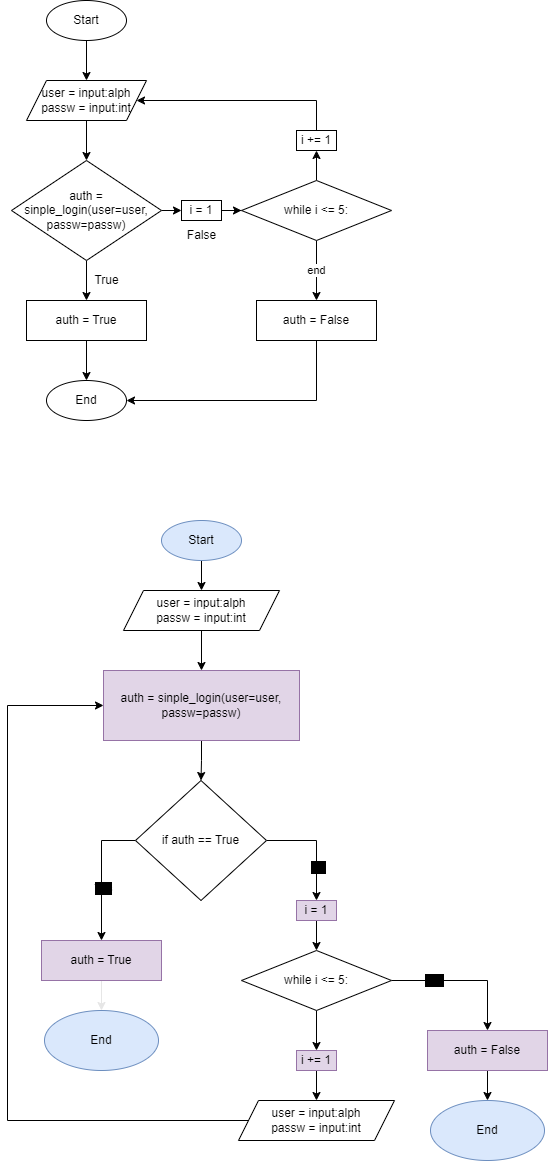
Verlonskg/Project_1 keeps this draw.io diagram as Project_001_Floch01.drawio.png. Above is the earlier version. Source tidied: cells renumbered, new cells last; positions are measured from the earlier drawing's top-left corner, leaving out a move shared by most shapes.
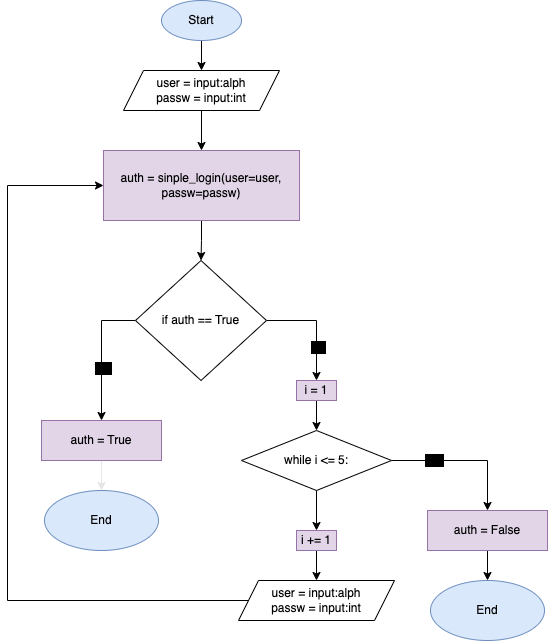
Above is the later version.

What changed in the source:
```diff
@@ -2,82 +2,6 @@
   <root>
     <mxCell id="0" />
     <mxCell id="1" parent="0" />
-    <mxCell id="2" style="edgeStyle=orthogonalEdgeStyle;rounded=0;jettySize=auto;html=1;" parent="1" edge="1" source="3">
-      <mxGeometry relative="1" as="geometry">
-        <mxPoint x="79" y="80" as="targetPoint" />
-      </mxGeometry>
-    </mxCell>
-    <mxCell id="3" value="Start" style="ellipse;whiteSpace=wrap;html=1;" parent="1" vertex="1">
-      <mxGeometry x="39" width="80" height="40" as="geometry" />
-    </mxCell>
-    <mxCell id="4" style="edgeStyle=orthogonalEdgeStyle;rounded=0;orthogonalLoop=1;jettySize=auto;html=1;exitX=0.5;exitY=1;exitDx=0;exitDy=0;entryX=0.5;entryY=0;entryDx=0;entryDy=0;" parent="1" edge="1">
-      <mxGeometry relative="1" as="geometry">
-        <mxPoint x="79" y="120" as="sourcePoint" />
-        <mxPoint x="79" y="160" as="targetPoint" />
-      </mxGeometry>
-    </mxCell>
-    <mxCell id="5" style="edgeStyle=orthogonalEdgeStyle;rounded=0;jettySize=auto;html=1;startArrow=none;" parent="1" edge="1" source="20" target="11">
-      <mxGeometry relative="1" as="geometry" />
-    </mxCell>
-    <mxCell id="6" style="edgeStyle=orthogonalEdgeStyle;rounded=0;jettySize=auto;html=1;" parent="1" edge="1" source="8" target="15">
-      <mxGeometry relative="1" as="geometry" />
-    </mxCell>
-    <mxCell id="7" style="edgeStyle=orthogonalEdgeStyle;rounded=0;jettySize=auto;html=1;exitX=1;exitY=0.5;exitDx=0;exitDy=0;entryX=0;entryY=0.5;entryDx=0;entryDy=0;" parent="1" edge="1" source="8" target="20">
-      <mxGeometry relative="1" as="geometry" />
-    </mxCell>
-    <mxCell id="8" value="&lt;div style=&quot;&quot;&gt;auth = sinple_login(user=user, passw=passw)&lt;br&gt;&lt;/div&gt;" style="rhombus;whiteSpace=wrap;html=1;" parent="1" vertex="1">
-      <mxGeometry x="4" y="160" width="150" height="100" as="geometry" />
-    </mxCell>
-    <mxCell id="9" value="end" style="edgeStyle=orthogonalEdgeStyle;rounded=0;jettySize=auto;html=1;" parent="1" edge="1" source="11" target="19">
-      <mxGeometry relative="1" as="geometry" />
-    </mxCell>
-    <mxCell id="10" style="edgeStyle=orthogonalEdgeStyle;rounded=0;jettySize=auto;html=1;entryX=0.5;entryY=1;entryDx=0;entryDy=0;" parent="1" edge="1" source="11" target="22">
-      <mxGeometry relative="1" as="geometry" />
-    </mxCell>
-    <mxCell id="11" value="&lt;div style=&quot;&quot;&gt;&lt;br&gt;&lt;/div&gt;&lt;div style=&quot;&quot;&gt;while i &amp;lt;= 5:&lt;/div&gt;&lt;div style=&quot;&quot;&gt;&lt;br&gt;&lt;/div&gt;" style="rhombus;whiteSpace=wrap;html=1;" parent="1" vertex="1">
-      <mxGeometry x="234" y="180" width="150" height="60" as="geometry" />
-    </mxCell>
-    <mxCell id="12" value="False" style="text;html=1;align=center;verticalAlign=middle;strokeColor=none;fillColor=none;" parent="1" vertex="1">
-      <mxGeometry x="169" y="220" width="50" height="30" as="geometry" />
-    </mxCell>
-    <mxCell id="13" value="user = input:alph&lt;br&gt;passw = input:int" style="shape=parallelogram;perimeter=parallelogramPerimeter;whiteSpace=wrap;html=1;fixedSize=1;" parent="1" vertex="1">
-      <mxGeometry x="19" y="80" width="120" height="40" as="geometry" />
-    </mxCell>
-    <mxCell id="14" style="edgeStyle=orthogonalEdgeStyle;rounded=0;jettySize=auto;html=1;" parent="1" edge="1" source="15" target="16">
-      <mxGeometry relative="1" as="geometry" />
-    </mxCell>
-    <mxCell id="15" value="auth = True" style="whiteSpace=wrap;html=1;" parent="1" vertex="1">
-      <mxGeometry x="19" y="300" width="120" height="40" as="geometry" />
-    </mxCell>
-    <mxCell id="16" value="End" style="ellipse;whiteSpace=wrap;html=1;" parent="1" vertex="1">
-      <mxGeometry x="39" y="380" width="80" height="40" as="geometry" />
-    </mxCell>
-    <mxCell id="17" value="True" style="text;html=1;align=center;verticalAlign=middle;strokeColor=none;fillColor=none;" parent="1" vertex="1">
-      <mxGeometry x="74" y="265" width="50" height="30" as="geometry" />
-    </mxCell>
-    <mxCell id="18" style="edgeStyle=orthogonalEdgeStyle;rounded=0;jettySize=auto;html=1;entryX=1;entryY=0.5;entryDx=0;entryDy=0;" parent="1" edge="1" source="19" target="16">
-      <mxGeometry relative="1" as="geometry">
-        <Array as="points">
-          <mxPoint x="309" y="400" />
-        </Array>
-      </mxGeometry>
-    </mxCell>
-    <mxCell id="19" value="auth = False" style="whiteSpace=wrap;html=1;" parent="1" vertex="1">
-      <mxGeometry x="249" y="300" width="120" height="40" as="geometry" />
-    </mxCell>
-    <mxCell id="20" value="i = 1" style="whiteSpace=wrap;html=1;" parent="1" vertex="1">
-      <mxGeometry x="174" y="200" width="40" height="20" as="geometry" />
-    </mxCell>
-    <mxCell id="21" style="edgeStyle=orthogonalEdgeStyle;rounded=0;jettySize=auto;html=1;entryX=1;entryY=0.5;entryDx=0;entryDy=0;" parent="1" edge="1" source="22" target="13">
-      <mxGeometry relative="1" as="geometry">
-        <Array as="points">
-          <mxPoint x="309" y="100" />
-        </Array>
-      </mxGeometry>
-    </mxCell>
-    <mxCell id="22" value="i += 1" style="whiteSpace=wrap;html=1;" parent="1" vertex="1">
-      <mxGeometry x="289" y="130" width="40" height="20" as="geometry" />
-    </mxCell>
     <mxCell id="23" style="edgeStyle=orthogonalEdgeStyle;rounded=0;jettySize=auto;html=1;strokeColor=#000000;" parent="1" edge="1" source="24" target="26">
       <mxGeometry relative="1" as="geometry" />
     </mxCell>
```
